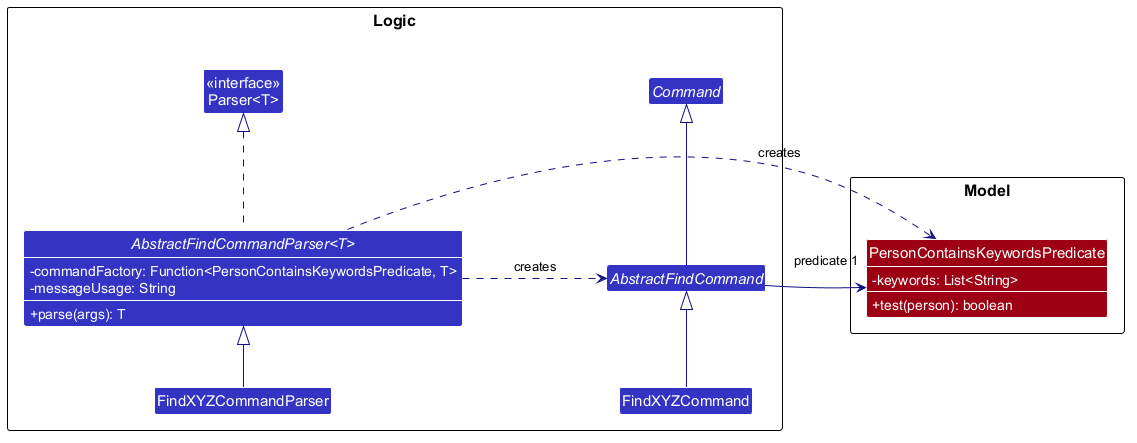
AY2627S1-CS2103T-F10-4/tp keeps this PlantUML diagram as docs/images/FindClassDiagram.png. Above is the earlier version. Its diagram source:
```plantuml
@startuml
!include style.puml
skinparam arrowColor LOGIC_COLOR_T4
skinparam classBackgroundColor LOGIC_COLOR
skinparam ArrowFontStyle plain
skinparam classAttributeFontColor #FFFFFF
skinparam classAttributeIconSize 0
skinparam genericDisplay old
skinparam nodesep 100

package Logic {
    class "<<interface>>\nParser<T>" as Parser
    abstract class "AbstractFindCommandParser<T>" as AbstractFindCommandParser {
        - commandFactory: Function<PersonContainsKeywordsPredicate, T>
        - messageUsage: String
        + parse(args): T
    }
    show AbstractFindCommandParser members
    class FindXYZCommandParser

    abstract class Command
    abstract class AbstractFindCommand
    class FindXYZCommand
}

package Model {
    class PersonContainsKeywordsPredicate MODEL_COLOR {
        - keywords: List<String>
        + test(person): boolean
    }
    show PersonContainsKeywordsPredicate members
}

FindXYZCommandParser -up-|> AbstractFindCommandParser
AbstractFindCommandParser .up.|> Parser

FindXYZCommand -up-|> AbstractFindCommand
AbstractFindCommand -up-|> Command

AbstractFindCommandParser .right.> AbstractFindCommand : creates
AbstractFindCommandParser .right.> PersonContainsKeywordsPredicate : creates
AbstractFindCommand -right-> "predicate 1" PersonContainsKeywordsPredicate
@enduml
```
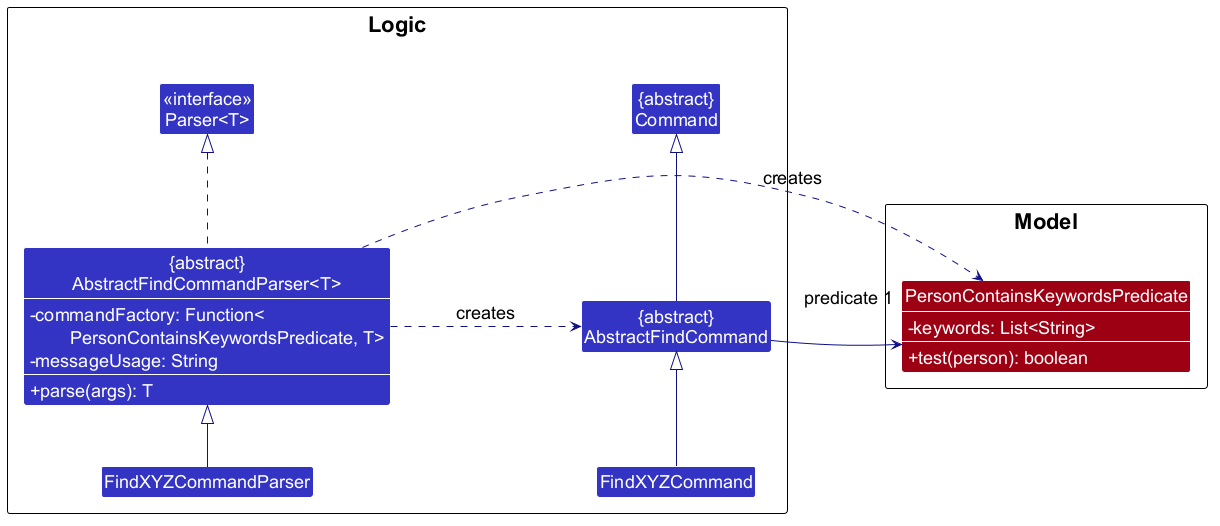
Later version of the same file.

Commit message:
Make changes to findcommand UML diagrams

The edit, as a diff of the source:
```diff
@@ -6,20 +6,25 @@
 skinparam classAttributeFontColor #FFFFFF
 skinparam classAttributeIconSize 0
 skinparam genericDisplay old
-skinparam nodesep 100
+skinparam packageFontSize 22
+skinparam classFontSize 20
+skinparam classStereotypeFontSize 20
+skinparam classAttributeFontSize 18
+skinparam ArrowFontSize 18
+skinparam nodesep 130
 
 package Logic {
     class "<<interface>>\nParser<T>" as Parser
-    abstract class "AbstractFindCommandParser<T>" as AbstractFindCommandParser {
-        - commandFactory: Function<PersonContainsKeywordsPredicate, T>
+    class "{abstract}\nAbstractFindCommandParser<T>" as AbstractFindCommandParser {
+        - commandFactory: Function<\n\tPersonContainsKeywordsPredicate, T>
         - messageUsage: String
         + parse(args): T
     }
     show AbstractFindCommandParser members
     class FindXYZCommandParser
 
-    abstract class Command
-    abstract class AbstractFindCommand
+    class "{abstract}\nCommand" as Command
+    class "{abstract}\nAbstractFindCommand" as AbstractFindCommand
     class FindXYZCommand
 }
 
```
